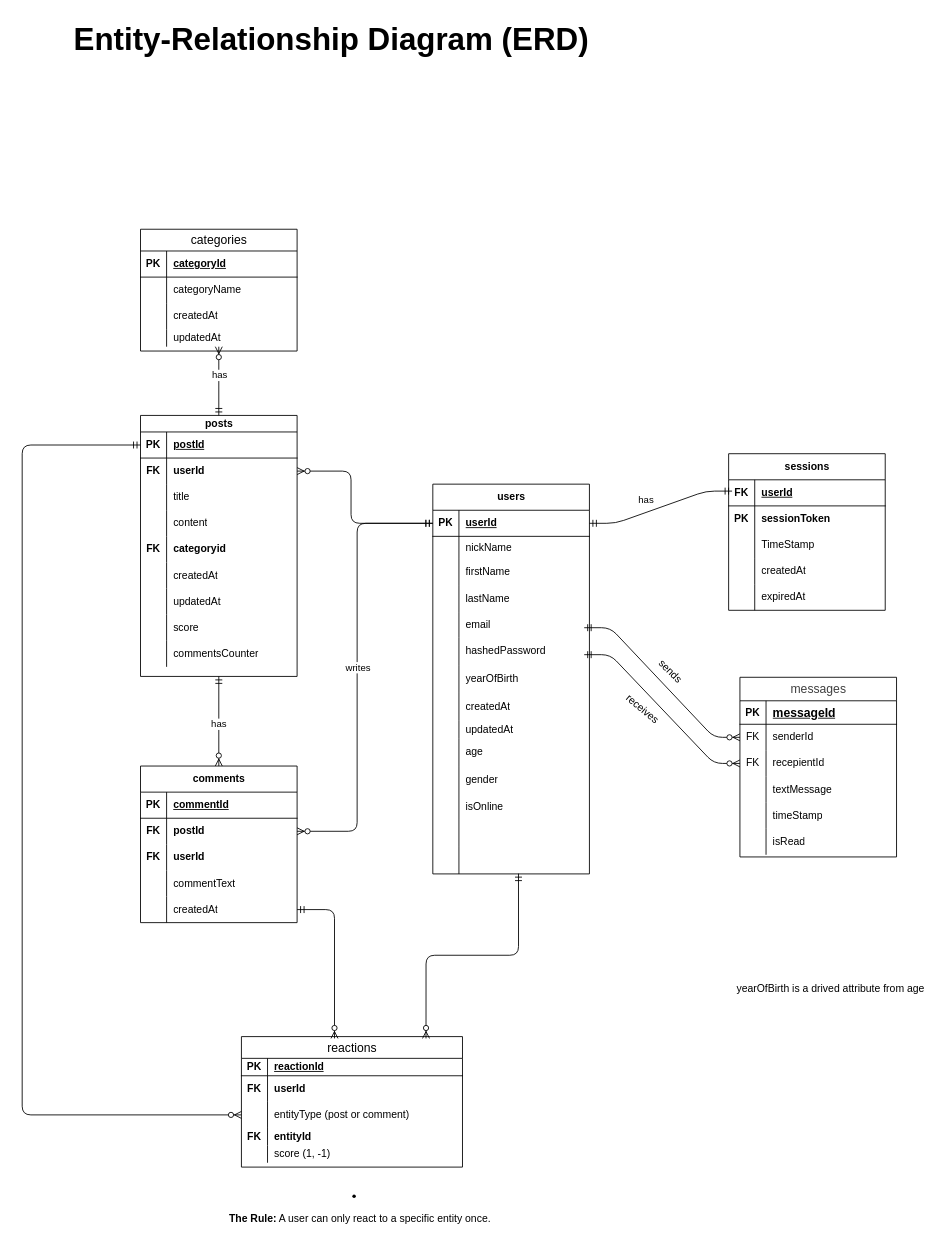
This is ERD.drawio from SalehAbdulla/real-time-forum, a draw.io file, before an edit. Source tidied: cells renumbered, new cells numbered last; positions are measured from the earlier drawing's top-left corner, leaving out a move shared by most shapes. Both pictures are drawn from the tidied source at 87%, with x=0, y=0 at pixel (22, 15).
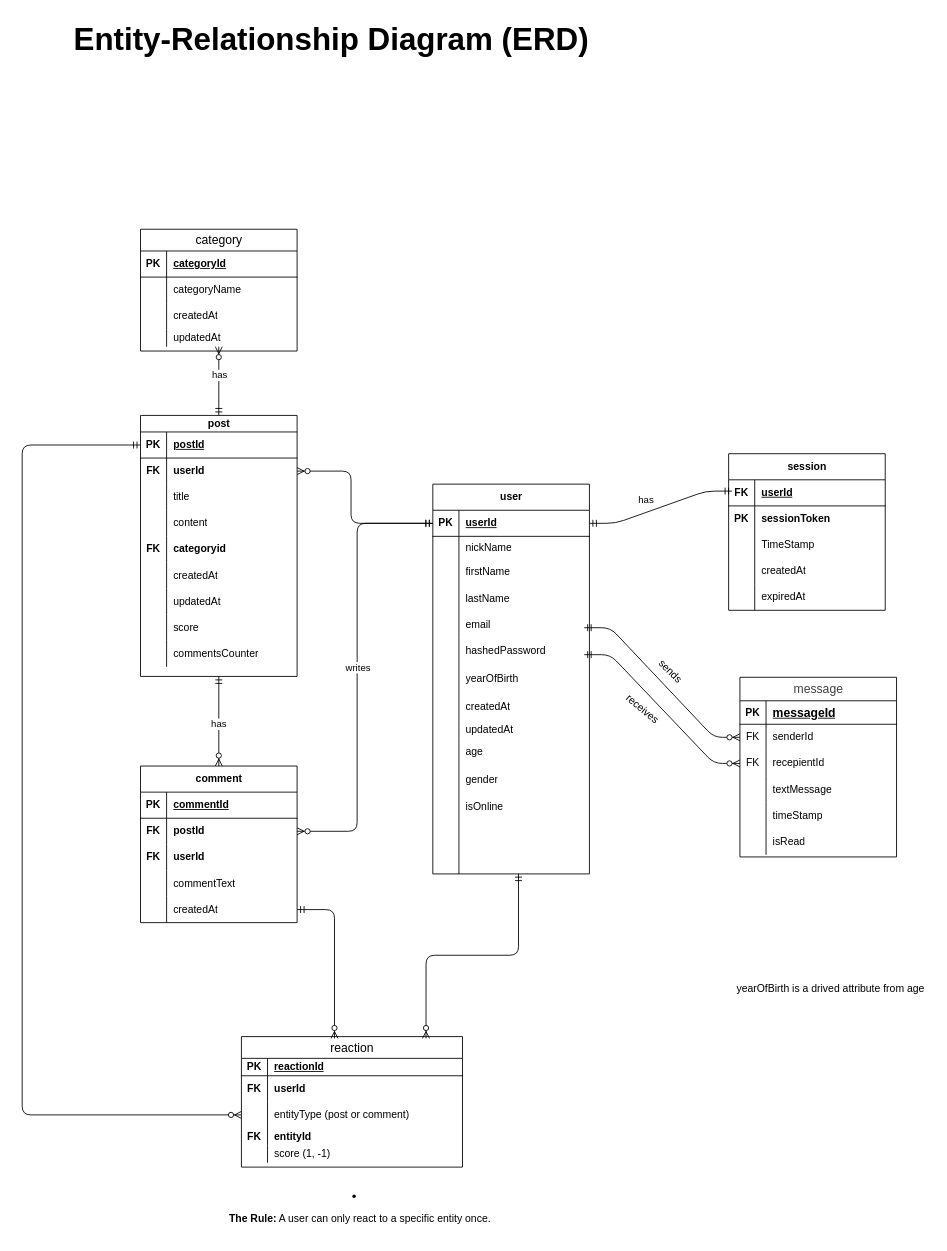
The same page after the edit.

Change to the diagram source:
```diff
@@
-    <mxCell id="3" value="users" style="shape=table;startSize=30;childLayout=tableLayout;rowLines=0;fontStyle=1;align=center;html=1;" parent="1" vertex="1">
+    <mxCell id="3" value="user" style="shape=table;startSize=30;childLayout=tableLayout;rowLines=0;fontStyle=1;align=center;html=1;" parent="1" vertex="1">
       <mxGeometry x="472" y="539" width="180" height="448" as="geometry" />
     </mxCell>
@@
-    <mxCell id="46" value="sessions" style="shape=table;startSize=30;childLayout=tableLayout;rowLines=0;fontStyle=1;align=center;html=1;" parent="1" vertex="1">
+    <mxCell id="46" value="session" style="shape=table;startSize=30;childLayout=tableLayout;rowLines=0;fontStyle=1;align=center;html=1;" parent="1" vertex="1">
       <mxGeometry x="812" y="504" width="180" height="180" as="geometry" />
     </mxCell>
@@
-    <mxCell id="64" value="&lt;div style=&quot;text-align: start;&quot;&gt;&lt;span style=&quot;color: rgb(63, 63, 63); font-family: &amp;quot;Anthropic Sans&amp;quot;, sans-serif; font-size: 14px; font-weight: 500;&quot;&gt;messages&lt;/span&gt;&lt;/div&gt;" style="shape=table;startSize=27;childLayout=tableLayout;rowLines=0;fontStyle=1;align=center;html=1;" parent="1" vertex="1">
+    <mxCell id="64" value="&lt;div style=&quot;text-align: start;&quot;&gt;&lt;span style=&quot;color: rgb(63, 63, 63); font-family: &amp;quot;Anthropic Sans&amp;quot;, sans-serif; font-size: 14px; font-weight: 500;&quot;&gt;message&lt;/span&gt;&lt;/div&gt;" style="shape=table;startSize=27;childLayout=tableLayout;rowLines=0;fontStyle=1;align=center;html=1;" parent="1" vertex="1">
       <mxGeometry x="825" y="761" width="180" height="206.5" as="geometry" />
     </mxCell>
@@
-    <mxCell id="87" value="posts" style="shape=table;startSize=19;childLayout=tableLayout;rowLines=0;fontStyle=1;align=center;html=1;" parent="1" vertex="1">
+    <mxCell id="87" value="post" style="shape=table;startSize=19;childLayout=tableLayout;rowLines=0;fontStyle=1;align=center;html=1;" parent="1" vertex="1">
       <mxGeometry x="136" y="460" width="180" height="300" as="geometry" />
     </mxCell>
@@
-    <mxCell id="115" value="comments" style="shape=table;startSize=30;childLayout=tableLayout;rowLines=0;fontStyle=1;align=center;html=1;" parent="1" vertex="1">
+    <mxCell id="115" value="comment" style="shape=table;startSize=30;childLayout=tableLayout;rowLines=0;fontStyle=1;align=center;html=1;" parent="1" vertex="1">
       <mxGeometry x="136" y="863" width="180" height="180" as="geometry" />
     </mxCell>
@@
-    <mxCell id="132" value="&lt;div style=&quot;text-align: start;&quot;&gt;&lt;span style=&quot;background-color: transparent; font-size: 14px; font-weight: 500;&quot;&gt;&lt;font style=&quot;color: rgb(0, 0, 0);&quot; face=&quot;Anthropic Sans, sans-serif&quot;&gt;categories&lt;/font&gt;&lt;/span&gt;&lt;/div&gt;" style="shape=table;startSize=25;childLayout=tableLayout;rowLines=0;fontStyle=1;align=center;html=1;" parent="1" vertex="1">
+    <mxCell id="132" value="&lt;div style=&quot;text-align: start;&quot;&gt;&lt;span style=&quot;background-color: transparent; font-size: 14px; font-weight: 500;&quot;&gt;&lt;font style=&quot;color: rgb(0, 0, 0);&quot; face=&quot;Anthropic Sans, sans-serif&quot;&gt;category&lt;/font&gt;&lt;/span&gt;&lt;/div&gt;" style="shape=table;startSize=25;childLayout=tableLayout;rowLines=0;fontStyle=1;align=center;html=1;" parent="1" vertex="1">
       <mxGeometry x="136" y="246" width="180" height="140" as="geometry" />
     </mxCell>
@@
-    <mxCell id="152" value="&lt;div style=&quot;text-align: start;&quot;&gt;&lt;span style=&quot;background-color: transparent; font-size: 14px; font-weight: 500;&quot;&gt;&lt;font style=&quot;color: rgb(0, 0, 0);&quot; face=&quot;Anthropic Sans, sans-serif&quot;&gt;reactions&lt;/font&gt;&lt;/span&gt;&lt;/div&gt;" style="shape=table;startSize=25;childLayout=tableLayout;rowLines=0;fontStyle=1;align=center;html=1;" parent="1" vertex="1">
+    <mxCell id="152" value="&lt;div style=&quot;text-align: start;&quot;&gt;&lt;span style=&quot;background-color: transparent; font-size: 14px; font-weight: 500;&quot;&gt;&lt;font style=&quot;color: rgb(0, 0, 0);&quot; face=&quot;Anthropic Sans, sans-serif&quot;&gt;reaction&lt;/font&gt;&lt;/span&gt;&lt;/div&gt;" style="shape=table;startSize=25;childLayout=tableLayout;rowLines=0;fontStyle=1;align=center;html=1;" parent="1" vertex="1">
       <mxGeometry x="252" y="1174" width="254.1" height="150" as="geometry" />
     </mxCell>
```
